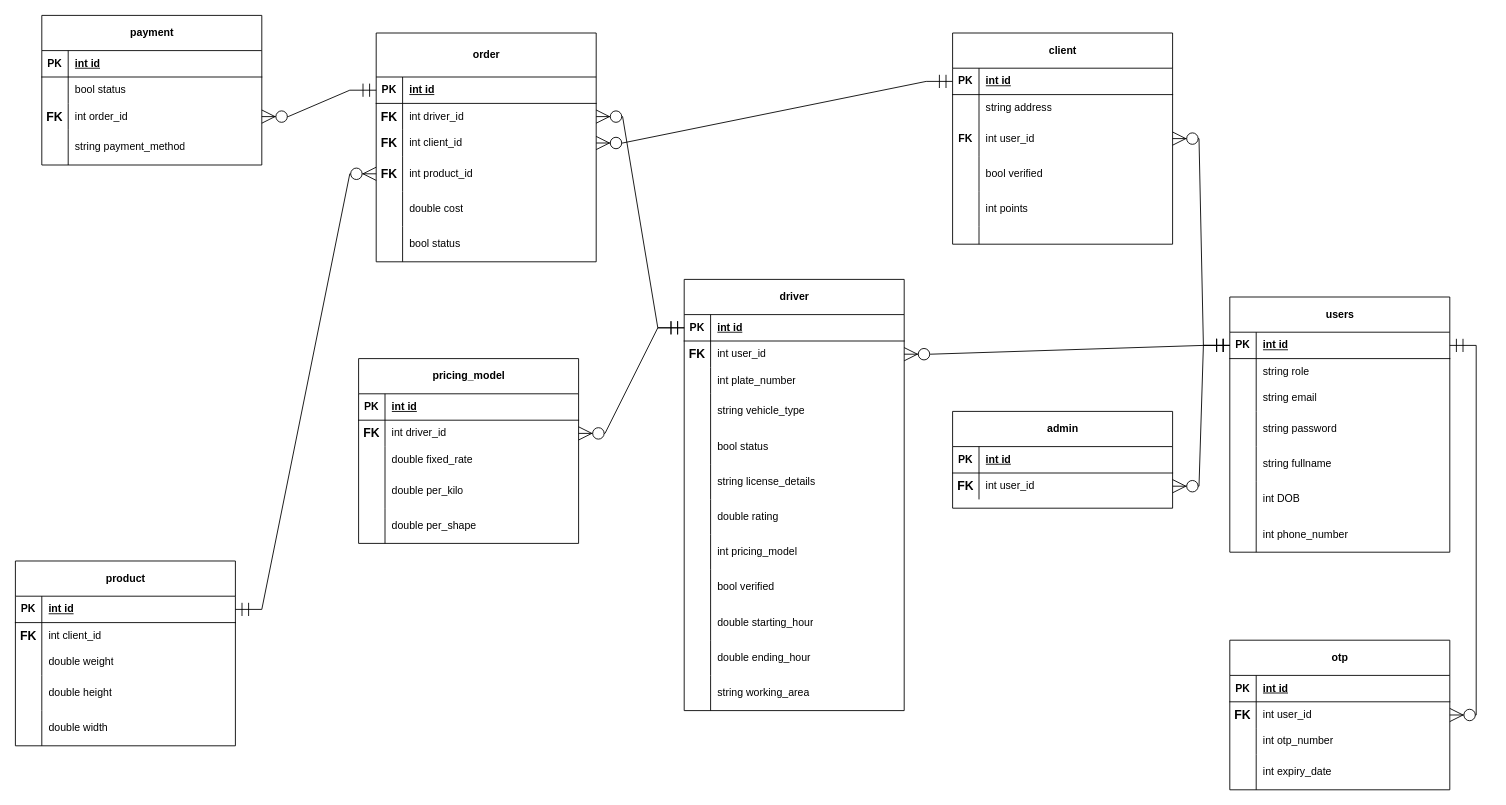
This is delivery-web.drawio from ahmed-alarab/web-development-2, a draw.io file, before an edit. Source tidied: cells renumbered, new cells numbered last; positions are measured from the earlier drawing's top-left corner, leaving out a move shared by most shapes. Both pictures are drawn from the tidied source at 88%, with x=0, y=0 at pixel (15, 15).
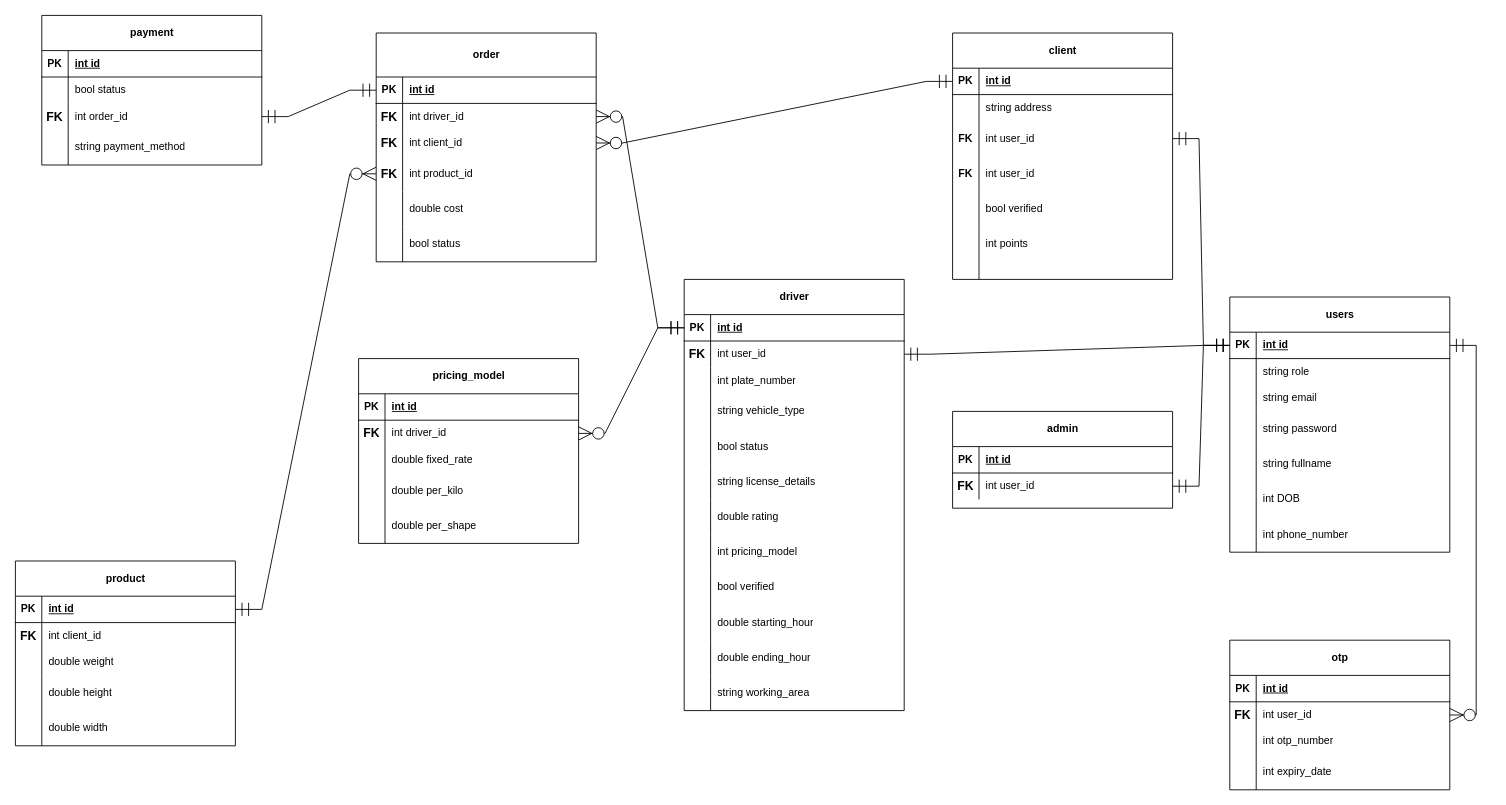
The same diagram, later.

The change refers to these unchanged cells:
```xml
<mxCell id="25" style="shape=tableRow;horizontal=0;startSize=0;swimlaneHead=0;swimlaneBody=0;fillColor=none;points=[[0,0.5],[1,0.5]];portConstraint=eastwest;top=0;left=0;right=0;bottom=0;" parent="18" vertex="1">
  <mxGeometry y="100" width="250" height="30" as="geometry" />
</mxCell>
<mxCell id="38" style="shape=tableRow;horizontal=0;startSize=0;swimlaneHead=0;swimlaneBody=0;fillColor=none;points=[[0,0.5],[1,0.5]];portConstraint=eastwest;top=0;left=0;right=0;bottom=0;" parent="31" vertex="1">
  <mxGeometry y="100" width="250" height="40" as="geometry" />
</mxCell>
<mxCell id="54" style="shape=tableRow;horizontal=0;startSize=0;swimlaneHead=0;swimlaneBody=0;fillColor=none;points=[[0,0.5],[1,0.5]];portConstraint=eastwest;top=0;left=0;right=0;bottom=0;" parent="50" vertex="1">
  <mxGeometry y="70" width="250" height="30" as="geometry" />
</mxCell>
<mxCell id="88" style="shape=tableRow;horizontal=0;startSize=0;swimlaneHead=0;swimlaneBody=0;fillColor=none;points=[[0,0.5],[1,0.5]];portConstraint=eastwest;top=0;left=0;right=0;bottom=1;" parent="87" vertex="1">
  <mxGeometry y="50" width="250" height="30" as="geometry" />
</mxCell>
<mxCell id="110" style="shape=tableRow;horizontal=0;startSize=0;swimlaneHead=0;swimlaneBody=0;fillColor=none;points=[[0,0.5],[1,0.5]];portConstraint=eastwest;top=0;left=0;right=0;bottom=0;" parent="106" vertex="1">
  <mxGeometry y="70" width="250" height="30" as="geometry" />
</mxCell>
<mxCell id="114" style="shape=tableRow;horizontal=0;startSize=0;swimlaneHead=0;swimlaneBody=0;fillColor=none;points=[[0,0.5],[1,0.5]];portConstraint=eastwest;top=0;left=0;right=0;bottom=1;" parent="113" vertex="1">
  <mxGeometry y="40" width="250" height="30" as="geometry" />
</mxCell>
```

What changed in the source:
```diff
@@
     <mxCell id="31" value="client" style="shape=table;startSize=40;childLayout=tableLayout;rowLines=0;fontStyle=1;align=center;html=1;" parent="1" vertex="1">
-      <mxGeometry x="1065" y="20" width="250" height="240" as="geometry" />
+      <mxGeometry x="1065" y="20" width="250" height="280" as="geometry" />
     </mxCell>
@@
+    <mxCell id="173" style="shape=tableRow;horizontal=0;startSize=0;swimlaneHead=0;swimlaneBody=0;fillColor=none;top=0;left=0;right=0;bottom=0;" parent="31" vertex="1">
+      <mxGeometry y="140" width="250" height="40" as="geometry" />
+    </mxCell>
+    <mxCell id="174" value="&lt;b&gt;FK&lt;/b&gt;" style="shape=partialRectangle;fillColor=none;top=0;left=0;bottom=0;right=0;overflow=hidden;whiteSpace=wrap;html=1;" parent="173" vertex="1">
+      <mxGeometry width="30" height="40" as="geometry" />
+    </mxCell>
+    <mxCell id="175" value="int user_id" style="shape=partialRectangle;fillColor=none;top=0;left=0;bottom=0;right=0;align=left;spacingLeft=6;overflow=hidden;whiteSpace=wrap;html=1;" parent="173" vertex="1">
+      <mxGeometry x="30" width="220" height="40" as="geometry" />
+    </mxCell>
     <mxCell id="41" style="shape=tableRow;horizontal=0;startSize=0;swimlaneHead=0;swimlaneBody=0;fillColor=none;top=0;left=0;right=0;bottom=0;" parent="31" vertex="1">
-      <mxGeometry y="140" width="250" height="40" as="geometry" />
+      <mxGeometry y="180" width="250" height="40" as="geometry" />
     </mxCell>
@@
     <mxCell id="44" style="shape=tableRow;horizontal=0;startSize=0;swimlaneHead=0;swimlaneBody=0;fillColor=none;top=0;left=0;right=0;bottom=0;" parent="31" vertex="1">
-      <mxGeometry y="180" width="250" height="40" as="geometry" />
+      <mxGeometry y="220" width="250" height="40" as="geometry" />
     </mxCell>
@@
     <mxCell id="47" style="shape=tableRow;horizontal=0;startSize=0;swimlaneHead=0;swimlaneBody=0;fillColor=none;top=0;left=0;right=0;bottom=0;" parent="31" vertex="1">
-      <mxGeometry y="220" width="250" height="20" as="geometry" />
+      <mxGeometry y="260" width="250" height="20" as="geometry" />
     </mxCell>
@@
-    <mxCell id="164" style="edgeStyle=entityRelationEdgeStyle;fontSize=12;html=1;endArrow=ERzeroToMany;startArrow=ERmandOne;rounded=0;endSize=13;startSize=13;" parent="1" edge="1" source="114" target="38">
+    <mxCell id="164" style="edgeStyle=entityRelationEdgeStyle;fontSize=12;html=1;endArrow=ERmandOne;startArrow=ERmandOne;rounded=0;endSize=13;startSize=13;endFill=0;" parent="1" edge="1" source="114" target="38">
       <mxGeometry relative="1" as="geometry">
         <Array as="points">
           <mxPoint x="1520" y="160" />
         </Array>
       </mxGeometry>
     </mxCell>
-    <mxCell id="165" style="edgeStyle=entityRelationEdgeStyle;fontSize=12;html=1;endArrow=ERzeroToMany;startArrow=ERmandOne;rounded=0;endSize=13;startSize=13;" parent="1" edge="1" source="114" target="54">
+    <mxCell id="165" style="edgeStyle=entityRelationEdgeStyle;fontSize=12;html=1;endArrow=ERmandOne;startArrow=ERmandOne;rounded=0;endSize=13;startSize=13;endFill=0;" parent="1" edge="1" source="114" target="54">
       <mxGeometry relative="1" as="geometry">
         <Array as="points">
           <mxPoint x="1120" y="110" />
         </Array>
       </mxGeometry>
     </mxCell>
-    <mxCell id="166" style="edgeStyle=entityRelationEdgeStyle;fontSize=12;html=1;endArrow=ERzeroToMany;startArrow=ERmandOne;rounded=0;endSize=13;startSize=13;" parent="1" edge="1" source="114" target="110">
+    <mxCell id="166" style="edgeStyle=entityRelationEdgeStyle;fontSize=12;html=1;endArrow=ERmandOne;startArrow=ERmandOne;rounded=0;endSize=13;startSize=13;endFill=0;" parent="1" edge="1" source="114" target="110">
       <mxGeometry relative="1" as="geometry">
         <Array as="points">
           <mxPoint x="1120" y="210" />
         </Array>
       </mxGeometry>
     </mxCell>
@@
-    <mxCell id="172" style="edgeStyle=entityRelationEdgeStyle;fontSize=12;html=1;endArrow=ERzeroToMany;startArrow=ERmandOne;rounded=0;endSize=13;startSize=13;" parent="1" edge="1" source="88" target="25">
+    <mxCell id="172" style="edgeStyle=entityRelationEdgeStyle;fontSize=12;html=1;endArrow=ERmandOne;startArrow=ERmandOne;rounded=0;endSize=13;startSize=13;endFill=0;" parent="1" edge="1" source="88" target="25">
       <mxGeometry relative="1" as="geometry">
         <Array as="points">
           <mxPoint x="1325" y="20" />
         </Array>
       </mxGeometry>
     </mxCell>
```
